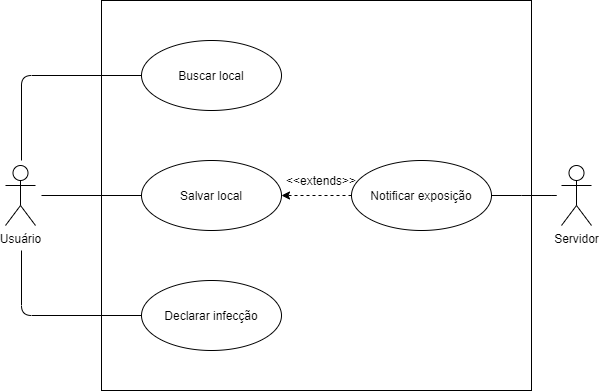
Before: docs/figuras/Diagrama de casos de uso.png, a diagram exported from draw.io (Feggah/tcc). Source tidied: cells renumbered, new cells last; positions are measured from the earlier drawing's top-left corner, leaving out a move shared by most shapes. The source it was exported from:
```xml
<mxGraphModel background="#ffffff">
  <root>
    <mxCell id="0" />
    <mxCell id="1" parent="0" />
    <mxCell id="2" style="rounded=0;whiteSpace=wrap;html=1;fillColor=none;" parent="1" vertex="1">
      <mxGeometry x="96" width="430" height="390" as="geometry" />
    </mxCell>
    <mxCell id="3" value="Usuário" style="shape=umlActor;verticalLabelPosition=bottom;verticalAlign=top;html=1;" parent="1" vertex="1">
      <mxGeometry y="165" width="30" height="60" as="geometry" />
    </mxCell>
    <mxCell id="4" value="Buscar local" style="ellipse;whiteSpace=wrap;html=1;" parent="1" vertex="1">
      <mxGeometry x="136" y="40" width="140" height="70" as="geometry" />
    </mxCell>
    <mxCell id="5" value="Salvar local" style="ellipse;whiteSpace=wrap;html=1;" parent="1" vertex="1">
      <mxGeometry x="136" y="160" width="140" height="70" as="geometry" />
    </mxCell>
    <mxCell id="6" value="Declarar infecção" style="ellipse;whiteSpace=wrap;html=1;" parent="1" vertex="1">
      <mxGeometry x="136" y="280" width="140" height="70" as="geometry" />
    </mxCell>
    <mxCell id="7" value="Notificar exposição" style="ellipse;whiteSpace=wrap;html=1;" parent="1" vertex="1">
      <mxGeometry x="346" y="160" width="140" height="70" as="geometry" />
    </mxCell>
    <mxCell id="8" value="Servidor" style="shape=umlActor;verticalLabelPosition=bottom;verticalAlign=top;html=1;" parent="1" vertex="1">
      <mxGeometry x="556" y="165" width="30" height="60" as="geometry" />
    </mxCell>
    <mxCell id="9" style="endArrow=none;html=1;entryX=0;entryY=0.5;entryDx=0;entryDy=0;" parent="1" edge="1" target="4">
      <mxGeometry relative="1" as="geometry">
        <mxPoint x="16" y="160" as="sourcePoint" />
        <Array as="points">
          <mxPoint x="16" y="75" />
        </Array>
      </mxGeometry>
    </mxCell>
    <mxCell id="10" style="endArrow=none;html=1;entryX=0;entryY=0.5;entryDx=0;entryDy=0;" parent="1" edge="1" target="6">
      <mxGeometry relative="1" as="geometry">
        <mxPoint x="16" y="250" as="sourcePoint" />
        <Array as="points">
          <mxPoint x="16" y="315" />
        </Array>
      </mxGeometry>
    </mxCell>
    <mxCell id="11" style="endArrow=none;html=1;entryX=0;entryY=0.5;entryDx=0;entryDy=0;" parent="1" edge="1" target="5">
      <mxGeometry relative="1" as="geometry">
        <mxPoint x="36" y="195" as="sourcePoint" />
      </mxGeometry>
    </mxCell>
    <mxCell id="12" style="endArrow=classic;html=1;exitX=0;exitY=0.5;exitDx=0;exitDy=0;entryX=1;entryY=0.5;entryDx=0;entryDy=0;dashed=1;" parent="1" edge="1" source="7" target="5">
      <mxGeometry relative="1" as="geometry" />
    </mxCell>
    <mxCell id="13" value="&amp;lt;&amp;lt;extends&amp;gt;&amp;gt;" style="text;html=1;strokeColor=none;fillColor=none;align=center;verticalAlign=middle;whiteSpace=wrap;rounded=0;rotation=0;" parent="1" vertex="1">
      <mxGeometry x="296" y="170" width="40" height="20" as="geometry" />
    </mxCell>
    <mxCell id="14" style="endArrow=none;html=1;strokeColor=#000000;entryX=1;entryY=0.5;entryDx=0;entryDy=0;" parent="1" edge="1" target="7">
      <mxGeometry relative="1" as="geometry">
        <mxPoint x="526" y="195" as="sourcePoint" />
        <Array as="points">
          <mxPoint x="556" y="195" />
          <mxPoint x="526" y="195" />
        </Array>
      </mxGeometry>
    </mxCell>
  </root>
</mxGraphModel>
```
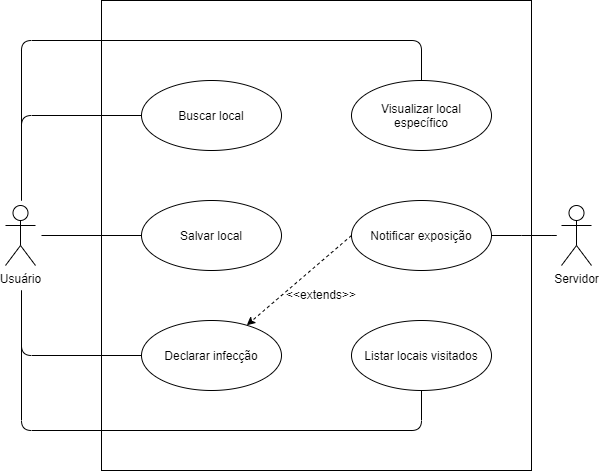
The same diagram one commit later.

Change to the diagram source:
```diff
@@ -3,7 +3,7 @@
     <mxCell id="0" />
     <mxCell id="1" parent="0" />
     <mxCell id="2" style="rounded=0;whiteSpace=wrap;html=1;fillColor=none;" parent="1" vertex="1">
-      <mxGeometry x="96" width="430" height="390" as="geometry" />
+      <mxGeometry x="96" y="-40" width="430" height="470" as="geometry" />
     </mxCell>
     <mxCell id="3" value="Usuário" style="shape=umlActor;verticalLabelPosition=bottom;verticalAlign=top;html=1;" parent="1" vertex="1">
       <mxGeometry y="165" width="30" height="60" as="geometry" />
@@ -44,11 +44,11 @@
         <mxPoint x="36" y="195" as="sourcePoint" />
       </mxGeometry>
     </mxCell>
-    <mxCell id="12" style="endArrow=classic;html=1;exitX=0;exitY=0.5;exitDx=0;exitDy=0;entryX=1;entryY=0.5;entryDx=0;entryDy=0;dashed=1;" parent="1" edge="1" source="7" target="5">
+    <mxCell id="12" style="endArrow=classic;html=1;exitX=0;exitY=0.5;exitDx=0;exitDy=0;dashed=1;" parent="1" edge="1" source="7" target="6">
       <mxGeometry relative="1" as="geometry" />
     </mxCell>
     <mxCell id="13" value="&amp;lt;&amp;lt;extends&amp;gt;&amp;gt;" style="text;html=1;strokeColor=none;fillColor=none;align=center;verticalAlign=middle;whiteSpace=wrap;rounded=0;rotation=0;" parent="1" vertex="1">
-      <mxGeometry x="296" y="170" width="40" height="20" as="geometry" />
+      <mxGeometry x="296" y="244" width="40" height="20" as="geometry" />
     </mxCell>
     <mxCell id="14" style="endArrow=none;html=1;strokeColor=#000000;entryX=1;entryY=0.5;entryDx=0;entryDy=0;" parent="1" edge="1" target="7">
       <mxGeometry relative="1" as="geometry">
@@ -59,5 +59,29 @@
         </Array>
       </mxGeometry>
     </mxCell>
+    <mxCell id="15" value="Listar locais visitados" style="ellipse;whiteSpace=wrap;html=1;" parent="1" vertex="1">
+      <mxGeometry x="346" y="280" width="140" height="70" as="geometry" />
+    </mxCell>
+    <mxCell id="16" value="Visualizar local&lt;br&gt;específico" style="ellipse;whiteSpace=wrap;html=1;" parent="1" vertex="1">
+      <mxGeometry x="346" y="40" width="140" height="70" as="geometry" />
+    </mxCell>
+    <mxCell id="17" style="endArrow=none;html=1;entryX=0.5;entryY=0;entryDx=0;entryDy=0;" parent="1" edge="1" target="16">
+      <mxGeometry relative="1" as="geometry">
+        <mxPoint x="16" y="160" as="sourcePoint" />
+        <Array as="points">
+          <mxPoint x="16" />
+          <mxPoint x="416" />
+        </Array>
+      </mxGeometry>
+    </mxCell>
+    <mxCell id="18" style="endArrow=none;html=1;entryX=0.5;entryY=1;entryDx=0;entryDy=0;" parent="1" edge="1" target="15">
+      <mxGeometry relative="1" as="geometry">
+        <mxPoint x="16" y="250" as="sourcePoint" />
+        <Array as="points">
+          <mxPoint x="16" y="390" />
+          <mxPoint x="416" y="390" />
+        </Array>
+      </mxGeometry>
+    </mxCell>
   </root>
 </mxGraphModel>
```
